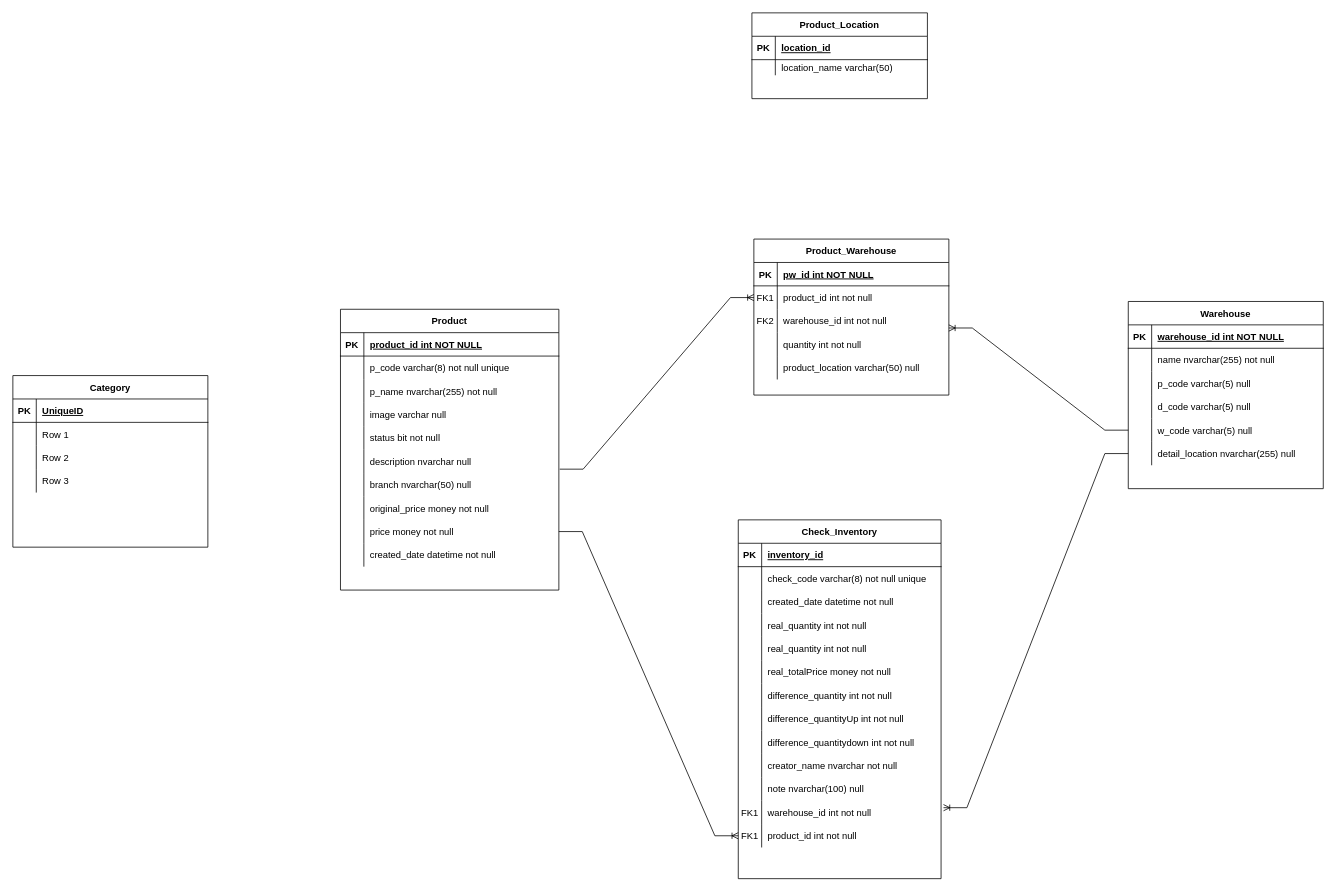
Above: electric_shop_ERD.drawio in ZzthangdkZz2002/CapstoneProject2022 (draw.io), before the change. Source tidied: cells renumbered, new cells numbered last; positions are measured from the earlier drawing's top-left corner, leaving out a move shared by most shapes. Both pictures are drawn from the tidied source at 78%, with x=0, y=0 at pixel (12, 12).
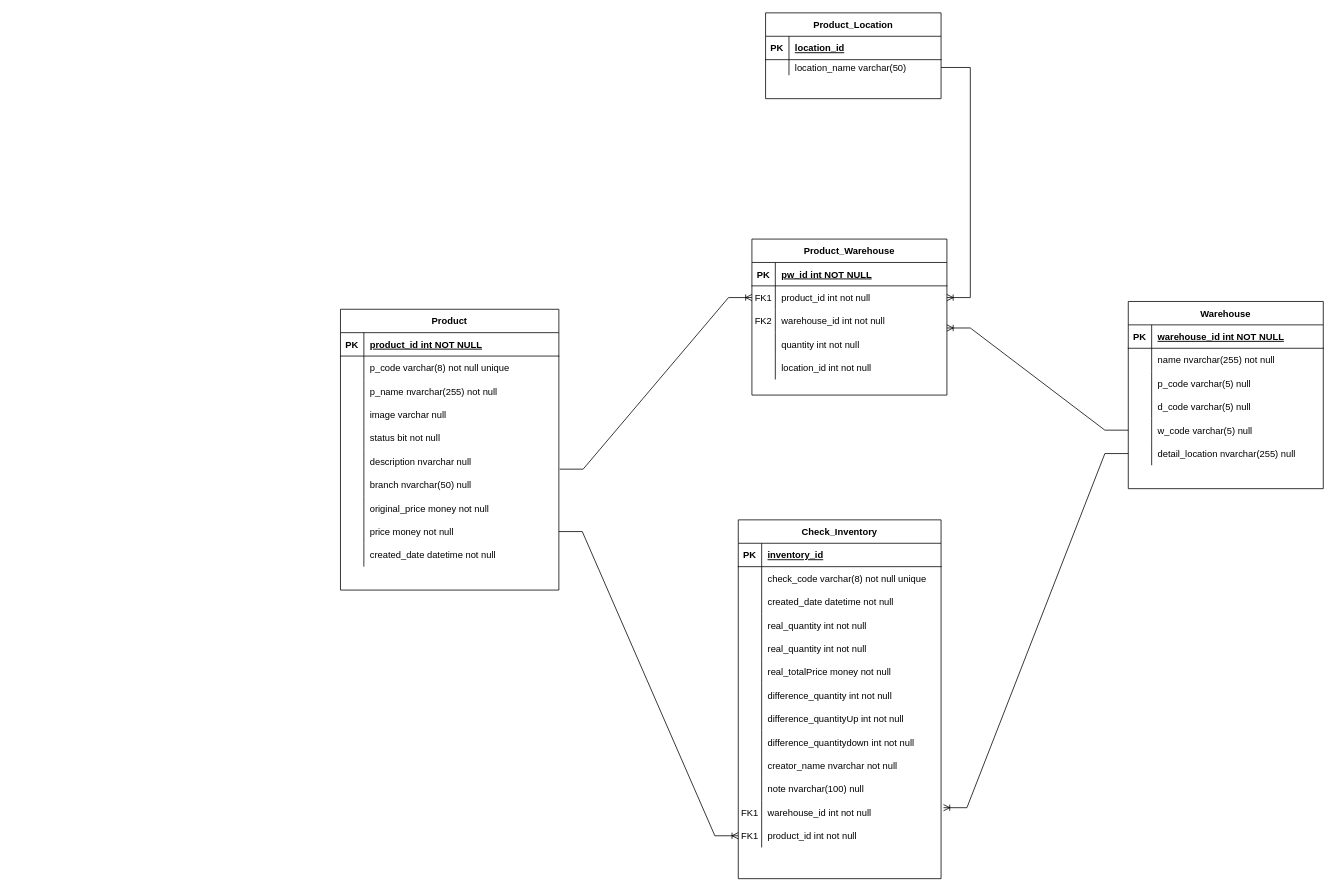
After the change.

Commit message:
Cập nhật electric_shop_ERD.drawio

The change refers to these unchanged cells:
```xml
<mxCell id="6" style="shape=partialRectangle;fillColor=none;points=[[0,0.5],[1,0.5]];portConstraint=eastwest;top=0;left=0;right=0;bottom=0;" parent="2" vertex="1">
  <mxGeometry y="60" width="250" height="30" as="geometry" />
</mxCell>
<mxCell id="15" style="shape=partialRectangle;fillColor=none;top=0;left=0;right=0;bottom=0;" parent="2" vertex="1">
  <mxGeometry y="150" width="250" height="30" as="geometry" />
</mxCell>
<mxCell id="116" style="shape=tableRow;horizontal=0;startSize=0;swimlaneHead=0;swimlaneBody=0;fillColor=none;points=[[0,0.5],[1,0.5]];portConstraint=eastwest;top=0;left=0;right=0;bottom=0;" parent="112" vertex="1">
  <mxGeometry y="60" width="225" height="20" as="geometry" />
</mxCell>
```

The edit, as a diff of the source:
```diff
@@
     <mxCell id="2" value="Product_Warehouse" style="shape=table;startSize=30;childLayout=tableLayout;rowLines=0;fontStyle=1;align=center;" parent="1" vertex="1">
-      <mxGeometry x="950" y="290" width="250" height="200" as="geometry" />
+      <mxGeometry x="947.5" y="290" width="250" height="200" as="geometry" />
     </mxCell>
@@
-    <mxCell id="17" value="product_location varchar(50) null" style="shape=partialRectangle;overflow=hidden;fillColor=none;top=0;left=0;bottom=0;right=0;align=left;spacingLeft=6;" parent="15" vertex="1">
+    <mxCell id="17" value="location_id int not null" style="shape=partialRectangle;overflow=hidden;fillColor=none;top=0;left=0;bottom=0;right=0;align=left;spacingLeft=6;" parent="15" vertex="1">
       <mxGeometry x="30" width="220" height="30" as="geometry" />
     </mxCell>
@@
     <mxCell id="112" value="Product_Location" style="shape=table;startSize=30;childLayout=tableLayout;rowLines=0;fontStyle=1;align=center;" parent="1" vertex="1">
-      <mxGeometry x="947.5" width="225" height="110" as="geometry" />
+      <mxGeometry x="965" width="225" height="110" as="geometry" />
     </mxCell>
@@
-    <mxCell id="119" value="Category" style="shape=table;startSize=30;childLayout=tableLayout;rowLines=0;fontStyle=1;align=center;" parent="1" vertex="1">
-      <mxGeometry y="465" width="250" height="220" as="geometry" />
-    </mxCell>
-    <mxCell id="120" style="shape=tableRow;horizontal=0;startSize=0;swimlaneHead=0;swimlaneBody=0;fillColor=none;top=0;left=0;right=0;bottom=1;" parent="119" vertex="1">
-      <mxGeometry y="30" width="250" height="30" as="geometry" />
-    </mxCell>
-    <mxCell id="121" value="PK" style="shape=partialRectangle;fillColor=none;top=0;left=0;bottom=0;right=0;fontStyle=1;overflow=hidden;" parent="120" vertex="1">
-      <mxGeometry width="30" height="30" as="geometry" />
-    </mxCell>
-    <mxCell id="122" value="UniqueID" style="shape=partialRectangle;fillColor=none;top=0;left=0;bottom=0;right=0;align=left;spacingLeft=6;fontStyle=5;overflow=hidden;" parent="120" vertex="1">
-      <mxGeometry x="30" width="220" height="30" as="geometry" />
-    </mxCell>
-    <mxCell id="123" style="shape=tableRow;horizontal=0;startSize=0;swimlaneHead=0;swimlaneBody=0;fillColor=none;top=0;left=0;right=0;bottom=0;" parent="119" vertex="1">
-      <mxGeometry y="60" width="250" height="30" as="geometry" />
-    </mxCell>
-    <mxCell id="124" style="shape=partialRectangle;fillColor=none;top=0;left=0;bottom=0;right=0;overflow=hidden;" parent="123" vertex="1">
-      <mxGeometry width="30" height="30" as="geometry" />
-    </mxCell>
-    <mxCell id="125" value="Row 1" style="shape=partialRectangle;fillColor=none;top=0;left=0;bottom=0;right=0;align=left;spacingLeft=6;overflow=hidden;" parent="123" vertex="1">
-      <mxGeometry x="30" width="220" height="30" as="geometry" />
-    </mxCell>
-    <mxCell id="126" style="shape=tableRow;horizontal=0;startSize=0;swimlaneHead=0;swimlaneBody=0;fillColor=none;top=0;left=0;right=0;bottom=0;" parent="119" vertex="1">
-      <mxGeometry y="90" width="250" height="30" as="geometry" />
-    </mxCell>
-    <mxCell id="127" style="shape=partialRectangle;fillColor=none;top=0;left=0;bottom=0;right=0;overflow=hidden;" parent="126" vertex="1">
-      <mxGeometry width="30" height="30" as="geometry" />
-    </mxCell>
-    <mxCell id="128" value="Row 2" style="shape=partialRectangle;fillColor=none;top=0;left=0;bottom=0;right=0;align=left;spacingLeft=6;overflow=hidden;" parent="126" vertex="1">
-      <mxGeometry x="30" width="220" height="30" as="geometry" />
-    </mxCell>
-    <mxCell id="129" style="shape=tableRow;horizontal=0;startSize=0;swimlaneHead=0;swimlaneBody=0;fillColor=none;top=0;left=0;right=0;bottom=0;" parent="119" vertex="1">
-      <mxGeometry y="120" width="250" height="30" as="geometry" />
-    </mxCell>
-    <mxCell id="130" style="shape=partialRectangle;fillColor=none;top=0;left=0;bottom=0;right=0;overflow=hidden;" parent="129" vertex="1">
-      <mxGeometry width="30" height="30" as="geometry" />
-    </mxCell>
-    <mxCell id="131" value="Row 3" style="shape=partialRectangle;fillColor=none;top=0;left=0;bottom=0;right=0;align=left;spacingLeft=6;overflow=hidden;" parent="129" vertex="1">
-      <mxGeometry x="30" width="220" height="30" as="geometry" />
-    </mxCell>
+    <mxCell id="132" style="edgeStyle=entityRelationEdgeStyle;fontSize=12;html=1;endArrow=ERoneToMany;rounded=0;exitX=1;exitY=0.5;exitDx=0;exitDy=0;" parent="1" edge="1" source="116" target="6">
+      <mxGeometry relative="1" as="geometry" />
+    </mxCell>
```
